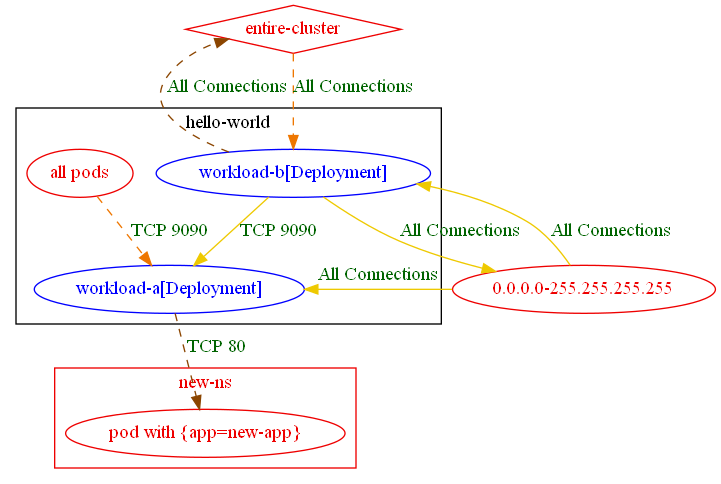
Earlier version of the Graphviz export test_outputs/connlist/exposure_test_with_anp_13_exposure_output.dot.png (np-guard/netpol-analyzer). Its source is kept beside it as test_outputs/connlist/exposure_test_with_anp_13_exposure_output.dot.
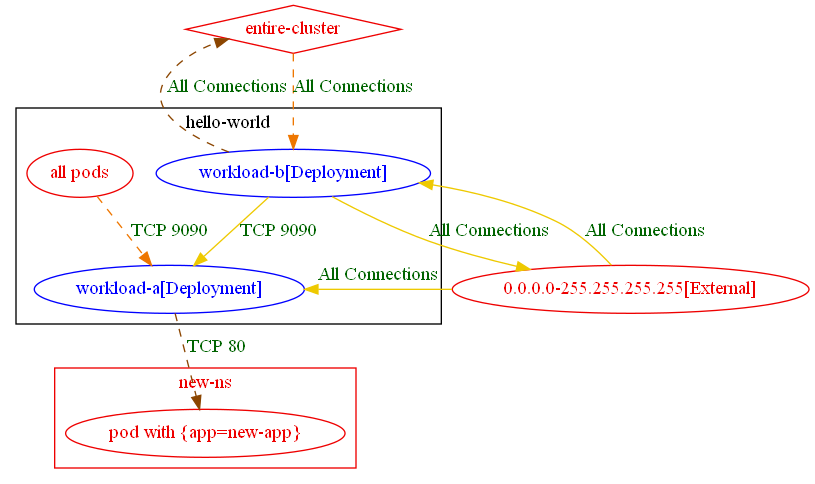
After the commit.

What changed in the source:
```diff
@@ -13,14 +13,14 @@
 		"pod with {app=new-app}_in_new-ns" [label="pod with {app=new-app}" color="red2" fontcolor="red2"]
 		label="new-ns"
 	}
-	"0.0.0.0-255.255.255.255" [label="0.0.0.0-255.255.255.255" color="red2" fontcolor="red2"]
+	"0.0.0.0-255.255.255.255[External]" [label="0.0.0.0-255.255.255.255[External]" color="red2" fontcolor="red2"]
 	"entire-cluster" [label="entire-cluster" color="red2" fontcolor="red2" shape=diamond]
-	"0.0.0.0-255.255.255.255" -> "hello-world/workload-a[Deployment]" [label="All Connections" color="gold2" fontcolor="darkgreen" weight=0.5]
-	"0.0.0.0-255.255.255.255" -> "hello-world/workload-b[Deployment]" [label="All Connections" color="gold2" fontcolor="darkgreen" weight=0.5]
+	"0.0.0.0-255.255.255.255[External]" -> "hello-world/workload-a[Deployment]" [label="All Connections" color="gold2" fontcolor="darkgreen" weight=0.5]
+	"0.0.0.0-255.255.255.255[External]" -> "hello-world/workload-b[Deployment]" [label="All Connections" color="gold2" fontcolor="darkgreen" weight=0.5]
 	"all pods_in_hello-world" -> "hello-world/workload-a[Deployment]" [label="TCP 9090" color="darkorange2" fontcolor="darkgreen" weight=1 style=dashed]
 	"entire-cluster" -> "hello-world/workload-b[Deployment]" [label="All Connections" color="darkorange2" fontcolor="darkgreen" weight=1 style=dashed]
 	"hello-world/workload-a[Deployment]" -> "pod with {app=new-app}_in_new-ns" [label="TCP 80" color="darkorange4" fontcolor="darkgreen" weight=0.5 style=dashed]
-	"hello-world/workload-b[Deployment]" -> "0.0.0.0-255.255.255.255" [label="All Connections" color="gold2" fontcolor="darkgreen" weight=1]
+	"hello-world/workload-b[Deployment]" -> "0.0.0.0-255.255.255.255[External]" [label="All Connections" color="gold2" fontcolor="darkgreen" weight=1]
 	"hello-world/workload-b[Deployment]" -> "entire-cluster" [label="All Connections" color="darkorange4" fontcolor="darkgreen" weight=0.5 style=dashed]
 	"hello-world/workload-b[Deployment]" -> "hello-world/workload-a[Deployment]" [label="TCP 9090" color="gold2" fontcolor="darkgreen" weight=1]
 }
```
